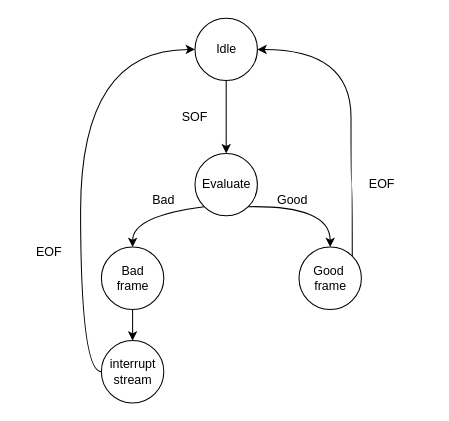
Above: Figures/Filter.drawio in s194050/FShark-Wireshark-in-an-FPGA (draw.io), before the change. Source tidied: cells renumbered, new cells numbered last; positions are measured from the earlier drawing's top-left corner, leaving out a move shared by most shapes. Both pictures are drawn from the tidied source at 104%, with x=0, y=0 at pixel (18, 18).
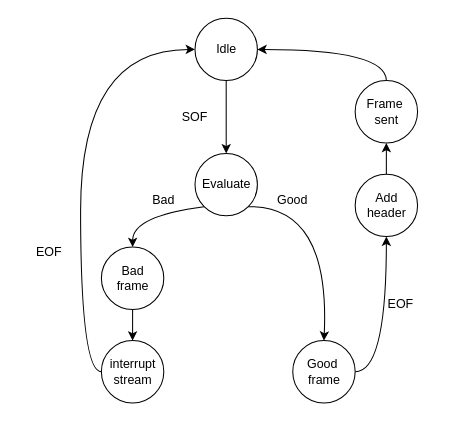
The same page after the edit.

Commit message (it also covers changes not shown here):
Further work on filter, and update of new FSM

The change refers to these unchanged cells:
```xml
<mxCell id="3" value="Idle" style="shape=ellipse;html=1;dashed=0;whitespace=wrap;perimeter=ellipsePerimeter;" parent="1" vertex="1">
  <mxGeometry x="170" width="60" height="60" as="geometry" />
</mxCell>
```

Diff of the diagram source:
```diff
@@
-    <mxCell id="5" style="edgeStyle=orthogonalEdgeStyle;rounded=0;jettySize=auto;html=1;exitX=1;exitY=0;exitDx=0;exitDy=0;entryX=1;entryY=0.5;entryDx=0;entryDy=0;curved=1;" parent="1" edge="1" source="6" target="3">
-      <mxGeometry relative="1" as="geometry">
-        <Array as="points">
-          <mxPoint x="321" y="160" />
-          <mxPoint x="320" y="160" />
-          <mxPoint x="320" y="30" />
-        </Array>
-      </mxGeometry>
-    </mxCell>
+    <mxCell id="18" style="edgeStyle=orthogonalEdgeStyle;rounded=0;jettySize=auto;html=1;exitX=1;exitY=0.5;exitDx=0;exitDy=0;entryX=0.5;entryY=1;entryDx=0;entryDy=0;curved=1;" parent="1" edge="1" source="6" target="20">
+      <mxGeometry relative="1" as="geometry" />
+    </mxCell>
     <mxCell id="6" value="Good&amp;nbsp;&lt;br&gt;frame" style="shape=ellipse;html=1;dashed=0;whitespace=wrap;perimeter=ellipsePerimeter;" parent="1" vertex="1">
-      <mxGeometry x="270" y="220" width="60" height="60" as="geometry" />
+      <mxGeometry x="264" y="310" width="60" height="60" as="geometry" />
     </mxCell>
@@
     <mxCell id="14" value="EOF" style="text;html=1;strokeColor=none;fillColor=none;align=center;verticalAlign=middle;whiteSpace=wrap;rounded=0;" parent="1" vertex="1">
-      <mxGeometry x="320" y="145" width="60" height="30" as="geometry" />
+      <mxGeometry x="338" y="260" width="60" height="30" as="geometry" />
     </mxCell>
@@
+    <mxCell id="19" style="edgeStyle=orthogonalEdgeStyle;curved=1;rounded=0;jettySize=auto;html=1;exitX=0.5;exitY=0;exitDx=0;exitDy=0;entryX=0.5;entryY=1;entryDx=0;entryDy=0;" parent="1" edge="1" source="20" target="22">
+      <mxGeometry relative="1" as="geometry" />
+    </mxCell>
+    <mxCell id="20" value="Add&lt;br&gt;header" style="shape=ellipse;html=1;dashed=0;whitespace=wrap;perimeter=ellipsePerimeter;" parent="1" vertex="1">
+      <mxGeometry x="324" y="150" width="60" height="60" as="geometry" />
+    </mxCell>
+    <mxCell id="21" style="edgeStyle=orthogonalEdgeStyle;curved=1;rounded=0;jettySize=auto;html=1;exitX=0.5;exitY=0;exitDx=0;exitDy=0;entryX=1;entryY=0.5;entryDx=0;entryDy=0;" parent="1" edge="1" source="22" target="3">
+      <mxGeometry relative="1" as="geometry" />
+    </mxCell>
+    <mxCell id="22" value="Frame&amp;nbsp;&lt;br&gt;sent" style="shape=ellipse;html=1;dashed=0;whitespace=wrap;perimeter=ellipsePerimeter;" parent="1" vertex="1">
+      <mxGeometry x="324" y="60" width="60" height="60" as="geometry" />
+    </mxCell>
```
